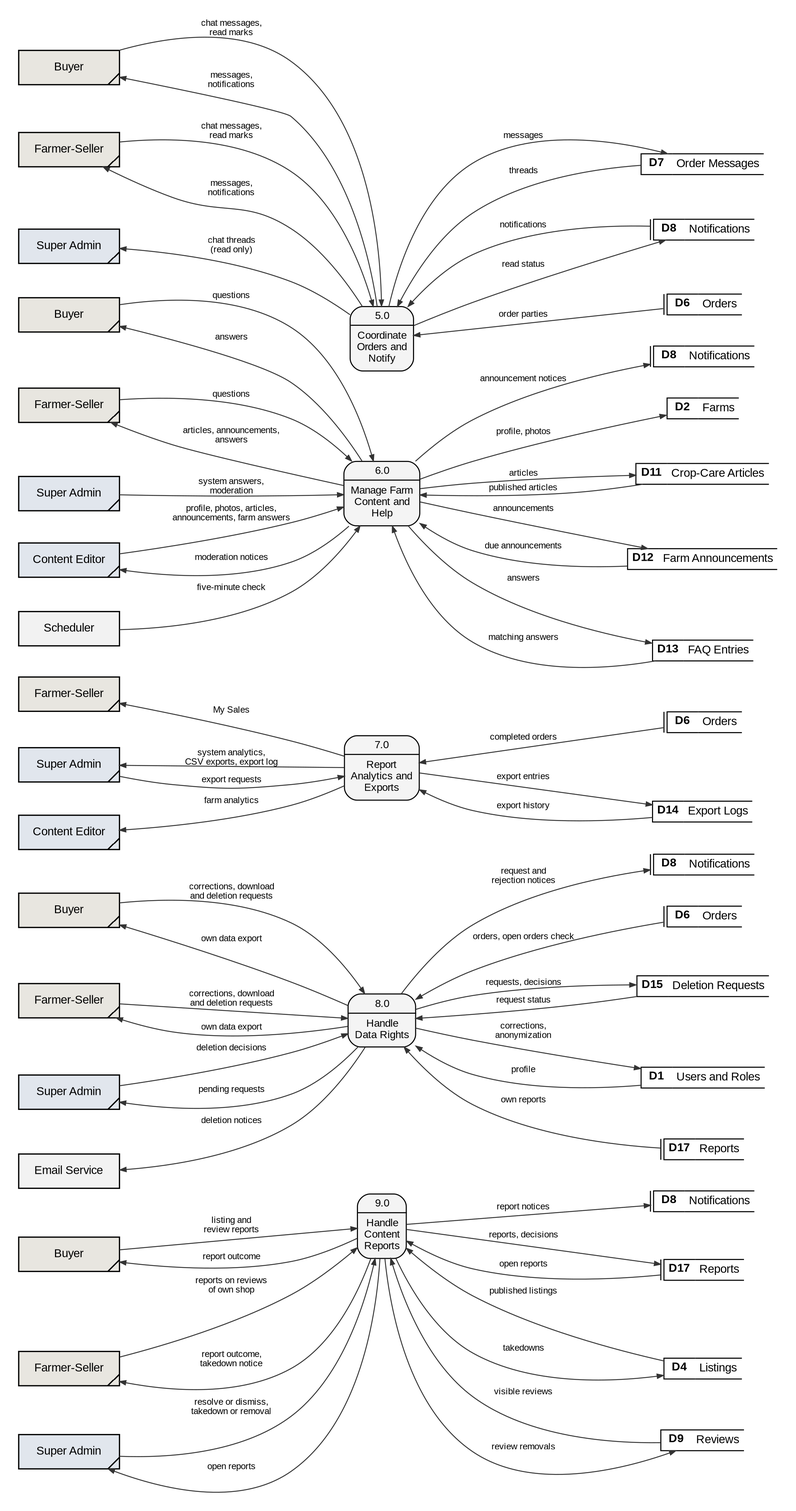
The Graphviz diagram docs/manuscript/figures/fig6_1b_dfd_level1.png in shawncastaneda11-commits/anihow-backend, before a commit. Its source is kept beside it as docs/manuscript/figures/src/fig6_1b_dfd_level1.dot.
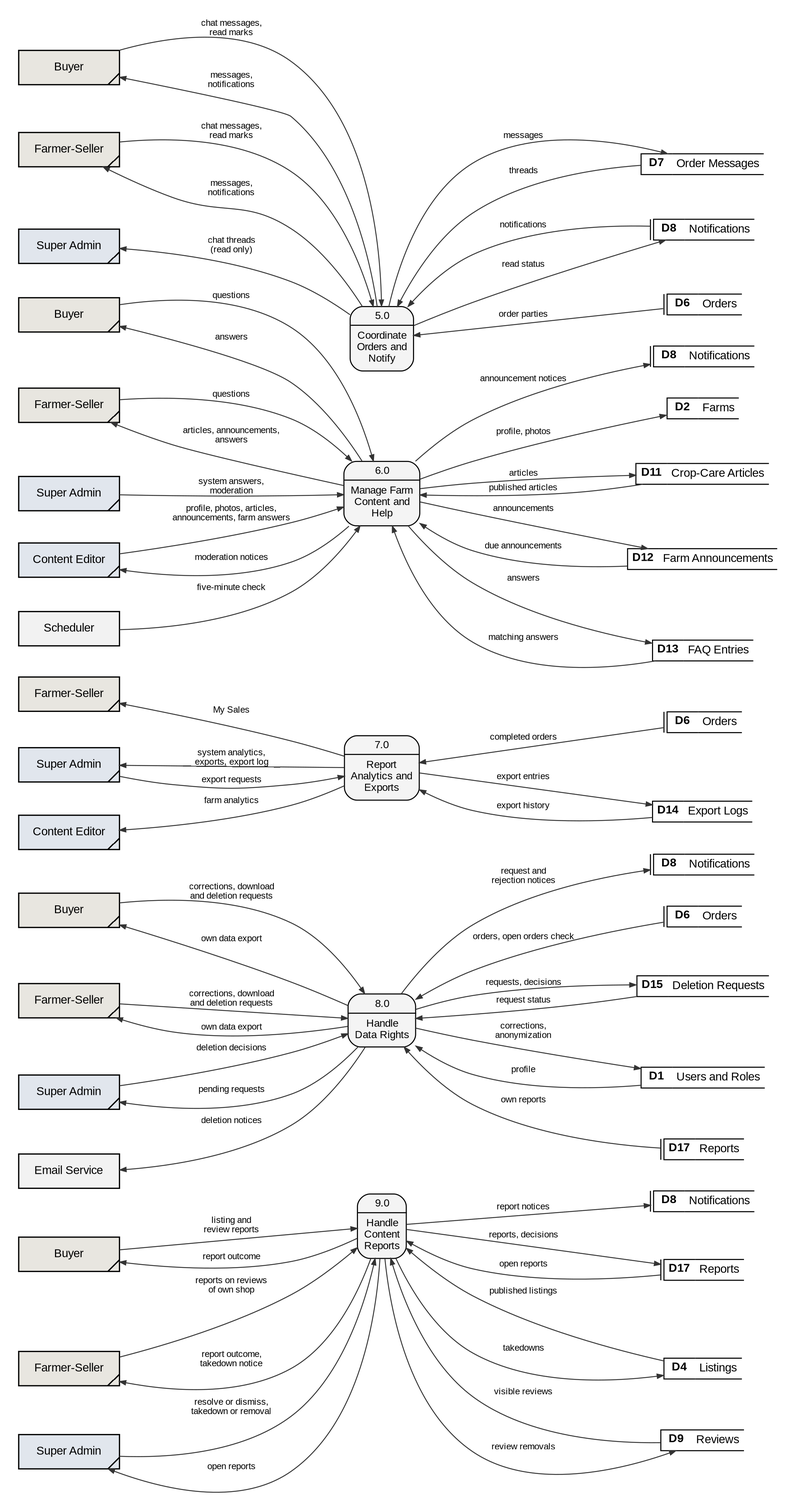
The same diagram one commit later.

Change to the diagram source:
```diff
@@ -71,7 +71,7 @@
   p6 -> D13_p6 [label="matching answers", dir=back];
   p6 -> D8_p6 [label="announcement notices"];
   p7 -> D6_p7 [label="completed orders", dir=back];
-  sa_p7 -> p7 [label="system analytics,\nCSV exports, export log", dir=back];
+  sa_p7 -> p7 [label="system analytics,\nexports, export log", dir=back];
   ce_p7 -> p7 [label="farm analytics", dir=back];
   fs_p7 -> p7 [label="My Sales", dir=back];
   sa_p7 -> p7 [label="export requests"];
```
